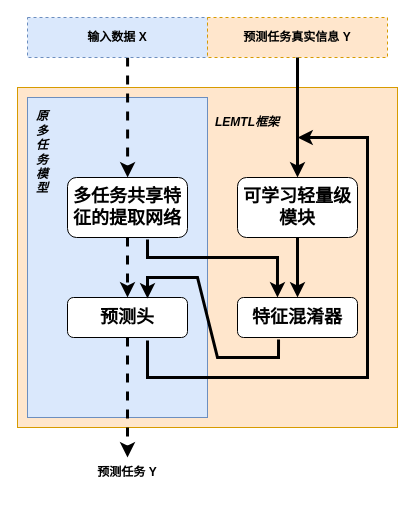
Earlier version of the draw.io diagram Untitled Diagram.drawio (Ycyvanas/ytest). Source tidied: cells renumbered, new cells numbered last; positions are measured from the earlier drawing's top-left corner, leaving out a move shared by most shapes. Both pictures are drawn from the tidied source at 100%, with x=0, y=0 at pixel (17, 17).
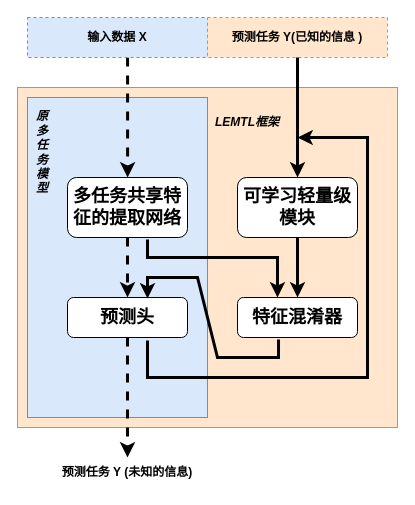
The same diagram, later.

The edit, as a diff of the source:
```diff
@@
-    <mxCell id="9" value="&lt;b&gt;预测任务真实信息 Y&lt;/b&gt;" style="text;html=1;align=center;verticalAlign=middle;whiteSpace=wrap;rounded=0;fillColor=#ffe6cc;strokeColor=#d79b00;dashed=1;strokeWidth=1;" parent="1" vertex="1">
+    <mxCell id="9" value="&lt;b&gt;预测任务 Y(已知的信息 )&lt;/b&gt;" style="text;html=1;align=center;verticalAlign=middle;whiteSpace=wrap;rounded=0;fillColor=#ffe6cc;strokeColor=#d79b00;dashed=1;strokeWidth=1;" parent="1" vertex="1">
       <mxGeometry x="190" width="180" height="40" as="geometry" />
     </mxCell>
@@
-    <mxCell id="14" value="&lt;b&gt;预测任务 Y&lt;/b&gt;" style="text;html=1;align=center;verticalAlign=middle;whiteSpace=wrap;rounded=0;" parent="1" vertex="1">
-      <mxGeometry x="50" y="440" width="120" height="30" as="geometry" />
+    <mxCell id="14" value="&lt;b&gt;预测任务 Y (未知的信息)&lt;/b&gt;" style="text;html=1;align=center;verticalAlign=middle;whiteSpace=wrap;rounded=0;" parent="1" vertex="1">
+      <mxGeometry x="40" y="440" width="140" height="30" as="geometry" />
     </mxCell>
```
